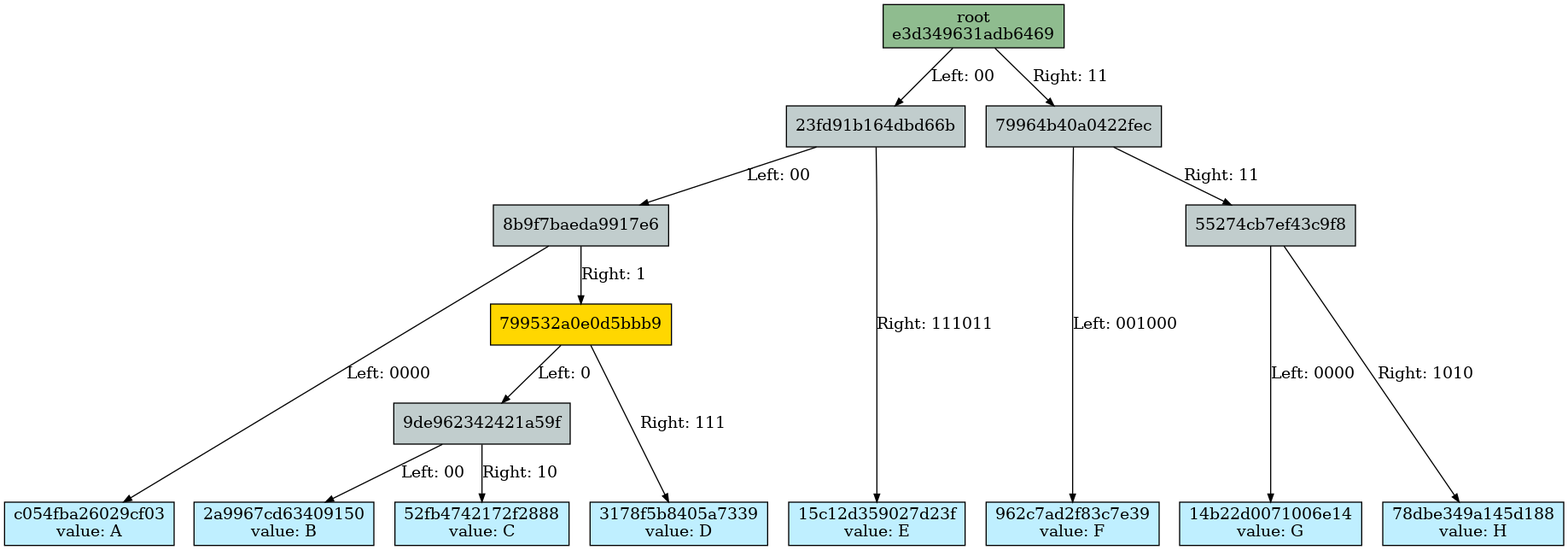
Above: docs/merkle_tree/split_details/2_start.dot.png in juicebox-systems/juicebox-hsm-realm (Graphviz), before the change. Its source is kept beside it as docs/merkle_tree/split_details/2_start.dot.
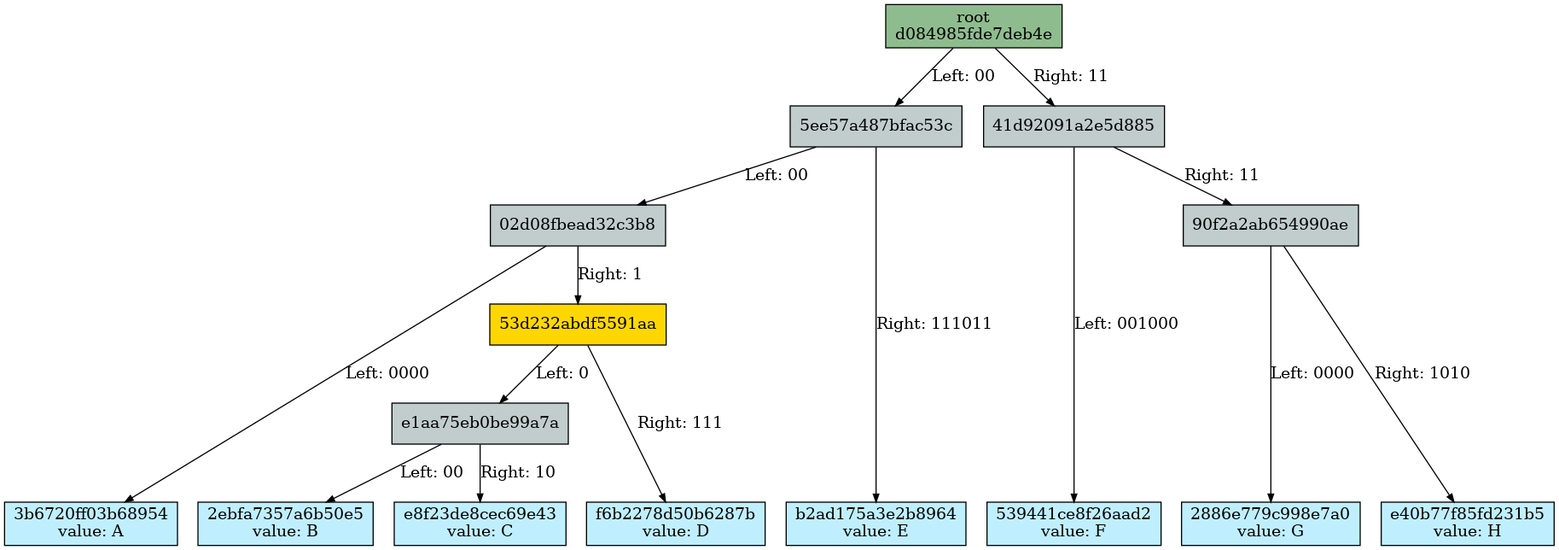
Above is the later version.

The edit, as a diff of the source:
```diff
@@ -1,68 +1,68 @@
 Digraph merkletree {
 
-he3d349631adb6469 -> h23fd91b164dbd66b [arrowsize=0.7 label="Left: 00\l" nojustify=true ];
-h23fd91b164dbd66b -> h8b9f7baeda9917e6 [arrowsize=0.7 label="Left: 00\l" nojustify=true ];
-h8b9f7baeda9917e6 -> hc054fba26029cf03 [arrowsize=0.7 label="Left: 0000" nojustify=true ];
-h8b9f7baeda9917e6 -> h799532a0e0d5bbb9 [arrowsize=0.7 label="Right: 1\l" nojustify=true ];
-h799532a0e0d5bbb9 -> h9de962342421a59f [arrowsize=0.7 label="Left: 0\l" nojustify=true ];
-h9de962342421a59f -> h2a9967cd63409150 [arrowsize=0.7 label="Left: 00" nojustify=true ];
-h9de962342421a59f -> h52fb4742172f2888 [arrowsize=0.7 label="Right: 10" nojustify=true ];
-h799532a0e0d5bbb9 -> h3178f5b8405a7339 [arrowsize=0.7 label="Right: 111" nojustify=true ];
-h23fd91b164dbd66b -> h15c12d359027d23f [arrowsize=0.7 label="Right: 111011" nojustify=true ];
-he3d349631adb6469 -> h79964b40a0422fec [arrowsize=0.7 label="Right: 11\l" nojustify=true ];
-h79964b40a0422fec -> h962c7ad2f83c7e39 [arrowsize=0.7 label="Left: 001000" nojustify=true ];
-h79964b40a0422fec -> h55274cb7ef43c9f8 [arrowsize=0.7 label="Right: 11\l" nojustify=true ];
-h55274cb7ef43c9f8 -> h14b22d0071006e14 [arrowsize=0.7 label="Left: 0000" nojustify=true ];
-h55274cb7ef43c9f8 -> h78dbe349a145d188 [arrowsize=0.7 label="Right: 1010" nojustify=true ];
+hd084985fde7deb4e -> h5ee57a487bfac53c [arrowsize=0.7 label="Left: 00" nojustify=true ];
+h5ee57a487bfac53c -> h02d08fbead32c3b8 [arrowsize=0.7 label="Left: 00" nojustify=true ];
+h02d08fbead32c3b8 -> h3b6720ff03b68954 [arrowsize=0.7 label="Left: 0000" nojustify=true ];
+h02d08fbead32c3b8 -> h53d232abdf5591aa [arrowsize=0.7 label="Right: 1" nojustify=true ];
+h53d232abdf5591aa -> he1aa75eb0be99a7a [arrowsize=0.7 label="Left: 0" nojustify=true ];
+he1aa75eb0be99a7a -> h2ebfa7357a6b50e5 [arrowsize=0.7 label="Left: 00" nojustify=true ];
+he1aa75eb0be99a7a -> he8f23de8cec69e43 [arrowsize=0.7 label="Right: 10" nojustify=true ];
+h53d232abdf5591aa -> hf6b2278d50b6287b [arrowsize=0.7 label="Right: 111" nojustify=true ];
+h5ee57a487bfac53c -> hb2ad175a3e2b8964 [arrowsize=0.7 label="Right: 111011" nojustify=true ];
+hd084985fde7deb4e -> h41d92091a2e5d885 [arrowsize=0.7 label="Right: 11" nojustify=true ];
+h41d92091a2e5d885 -> h539441ce8f26aad2 [arrowsize=0.7 label="Left: 001000" nojustify=true ];
+h41d92091a2e5d885 -> h90f2a2ab654990ae [arrowsize=0.7 label="Right: 11" nojustify=true ];
+h90f2a2ab654990ae -> h2886e779c998e7a0 [arrowsize=0.7 label="Left: 0000" nojustify=true ];
+h90f2a2ab654990ae -> he40b77f85fd231b5 [arrowsize=0.7 label="Right: 1010" nojustify=true ];
 
 Subgraph depth_0 {
 rank=same
 
-he3d349631adb6469 [fillcolor=darkseagreen label="root\ne3d349631adb6469" ordering=out shape=box style=filled ];
+hd084985fde7deb4e [fillcolor=darkseagreen label="root\nd084985fde7deb4e" ordering=out shape=box style=filled ];
 }
 
 
 Subgraph depth_2 {
 rank=same
 
-h23fd91b164dbd66b [fillcolor=azure3 label="23fd91b164dbd66b" ordering=out shape=box style=filled ];
-h79964b40a0422fec [fillcolor=azure3 label="79964b40a0422fec" ordering=out shape=box style=filled ];
+h5ee57a487bfac53c [fillcolor=azure3 label="5ee57a487bfac53c" ordering=out shape=box style=filled ];
+h41d92091a2e5d885 [fillcolor=azure3 label="41d92091a2e5d885" ordering=out shape=box style=filled ];
 }
 
 
 Subgraph depth_4 {
 rank=same
 
-h8b9f7baeda9917e6 [fillcolor=azure3 label="8b9f7baeda9917e6" ordering=out shape=box style=filled ];
-h55274cb7ef43c9f8 [fillcolor=azure3 label="55274cb7ef43c9f8" ordering=out shape=box style=filled ];
+h02d08fbead32c3b8 [fillcolor=azure3 label="02d08fbead32c3b8" ordering=out shape=box style=filled ];
+h90f2a2ab654990ae [fillcolor=azure3 label="90f2a2ab654990ae" ordering=out shape=box style=filled ];
 }
 
 
 Subgraph depth_256 {
 rank=same
 
-hc054fba26029cf03 [fillcolor=lightblue1 label="c054fba26029cf03\nvalue: A" ordering=out shape=box style=filled ];
-h2a9967cd63409150 [fillcolor=lightblue1 label="2a9967cd63409150\nvalue: B" ordering=out shape=box style=filled ];
-h52fb4742172f2888 [fillcolor=lightblue1 label="52fb4742172f2888\nvalue: C" ordering=out shape=box style=filled ];
-h3178f5b8405a7339 [fillcolor=lightblue1 label="3178f5b8405a7339\nvalue: D" ordering=out shape=box style=filled ];
-h15c12d359027d23f [fillcolor=lightblue1 label="15c12d359027d23f\nvalue: E" ordering=out shape=box style=filled ];
-h962c7ad2f83c7e39 [fillcolor=lightblue1 label="962c7ad2f83c7e39\nvalue: F" ordering=out shape=box style=filled ];
-h14b22d0071006e14 [fillcolor=lightblue1 label="14b22d0071006e14\nvalue: G" ordering=out shape=box style=filled ];
-h78dbe349a145d188 [fillcolor=lightblue1 label="78dbe349a145d188\nvalue: H" ordering=out shape=box style=filled ];
+h3b6720ff03b68954 [fillcolor=lightblue1 label="3b6720ff03b68954\nvalue: A" ordering=out shape=box style=filled ];
+h2ebfa7357a6b50e5 [fillcolor=lightblue1 label="2ebfa7357a6b50e5\nvalue: B" ordering=out shape=box style=filled ];
+he8f23de8cec69e43 [fillcolor=lightblue1 label="e8f23de8cec69e43\nvalue: C" ordering=out shape=box style=filled ];
+hf6b2278d50b6287b [fillcolor=lightblue1 label="f6b2278d50b6287b\nvalue: D" ordering=out shape=box style=filled ];
+hb2ad175a3e2b8964 [fillcolor=lightblue1 label="b2ad175a3e2b8964\nvalue: E" ordering=out shape=box style=filled ];
+h539441ce8f26aad2 [fillcolor=lightblue1 label="539441ce8f26aad2\nvalue: F" ordering=out shape=box style=filled ];
+h2886e779c998e7a0 [fillcolor=lightblue1 label="2886e779c998e7a0\nvalue: G" ordering=out shape=box style=filled ];
+he40b77f85fd231b5 [fillcolor=lightblue1 label="e40b77f85fd231b5\nvalue: H" ordering=out shape=box style=filled ];
 }
 
 
 Subgraph depth_5 {
 rank=same
 
-h799532a0e0d5bbb9 [fillcolor=gold1 label="799532a0e0d5bbb9" ordering=out shape=box style=filled ];
+h53d232abdf5591aa [fillcolor=gold1 label="53d232abdf5591aa" ordering=out shape=box style=filled ];
 }
 
 
 Subgraph depth_6 {
 rank=same
 
-h9de962342421a59f [fillcolor=azure3 label="9de962342421a59f" ordering=out shape=box style=filled ];
+he1aa75eb0be99a7a [fillcolor=azure3 label="e1aa75eb0be99a7a" ordering=out shape=box style=filled ];
 }
 
 }
```
